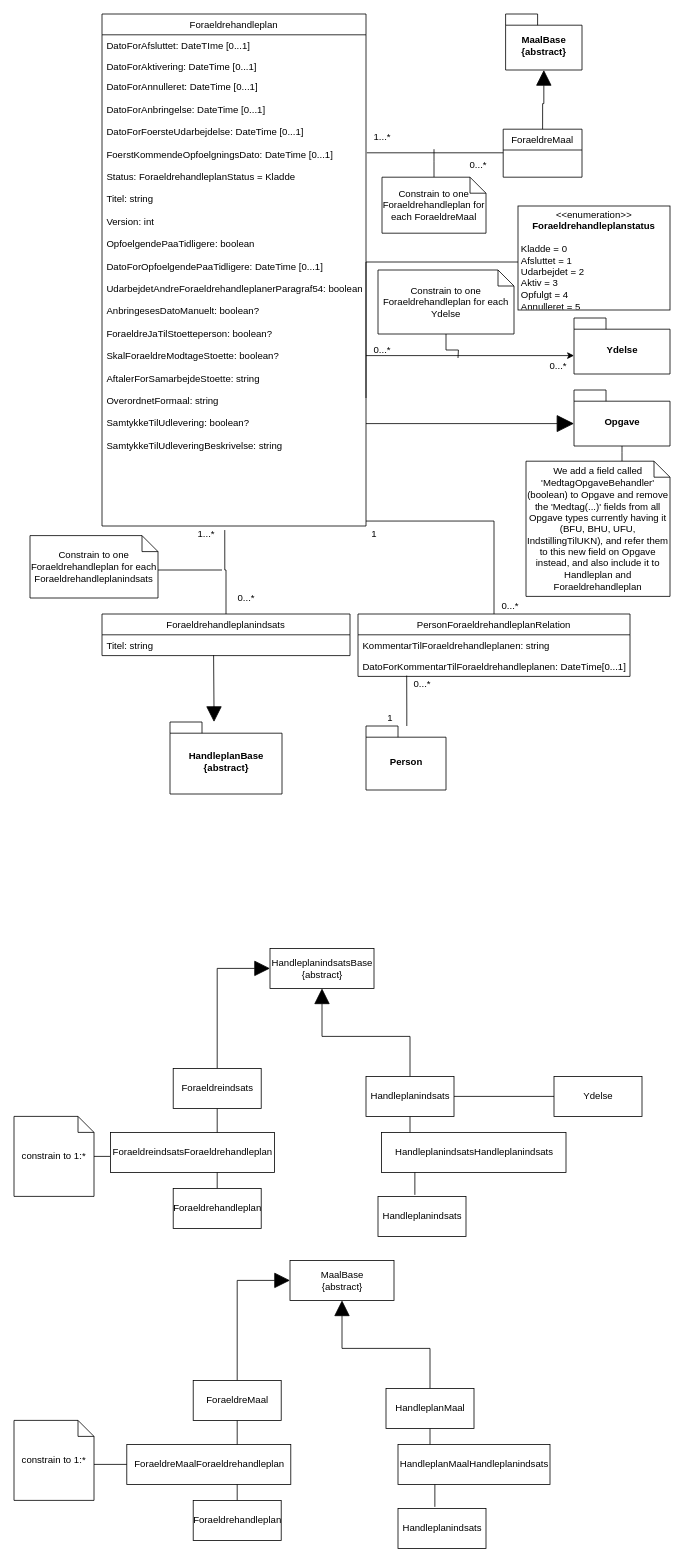
Before: Untitled Diagram.drawio in DanielMikkelsen/CompanyCarpool, a draw.io diagram. Source tidied: cells renumbered, new cells numbered last; positions are measured from the earlier drawing's top-left corner, leaving out a move shared by most shapes. Both pictures are drawn from the tidied source at 80%, with x=0, y=0 at pixel (14, 14).
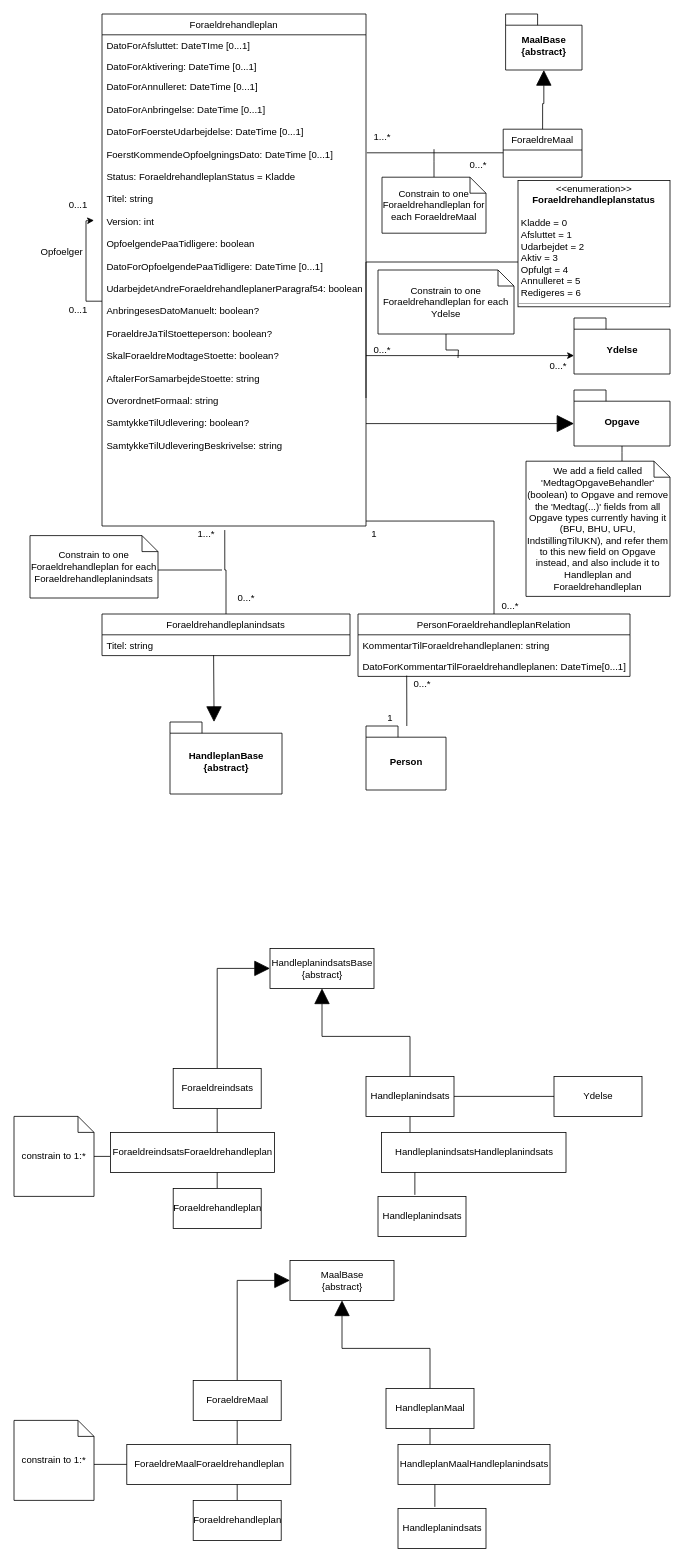
After the change.

The change refers to these unchanged cells:
```xml
<mxCell id="5" value="DatoForAnnulleret: DateTime [0...1]&#10;&#10;DatoForAnbringelse: DateTime [0...1]&#10;&#10;DatoForFoersteUdarbejdelse: DateTime [0...1]&#10;&#10;FoerstKommendeOpfoelgningsDato: DateTime [0...1]&#10;&#10;Status: ForaeldrehandleplanStatus = Kladde&#10;&#10;Titel: string&#10;&#10;Version: int&#10;&#10;OpfoelgendePaaTidligere: boolean&#10;&#10;DatoForOpfoelgendePaaTidligere: DateTime [0...1]&#10;&#10;UdarbejdetAndreForaeldrehandleplanerParagraf54: boolean&#10;&#10;AnbringesesDatoManuelt: boolean?&#10;&#10;ForaeldreJaTilStoetteperson: boolean?&#10;&#10;SkalForaeldreModtageStoette: boolean?&#10;&#10;AftalerForSamarbejdeStoette: string&#10;&#10;OverordnetFormaal: string&#10;&#10;SamtykkeTilUdlevering: boolean?&#10;&#10;SamtykkeTilUdleveringBeskrivelse: string&#10;&#10;" style="text;align=left;verticalAlign=top;spacingLeft=4;spacingRight=4;overflow=hidden;points=[[0,0.5],[1,0.5]];portConstraint=eastwest;rounded=0;shadow=0;html=0;" parent="2" vertex="1">
  <mxGeometry y="78" width="330" height="562" as="geometry" />
</mxCell>
```

Change to the diagram source:
```diff
@@
-    <mxCell id="8" value="&lt;p style=&quot;margin: 0px ; margin-top: 4px ; text-align: center&quot;&gt;&lt;i&gt;&amp;lt;&amp;lt;&lt;/i&gt;enumeration&lt;i&gt;&amp;gt;&amp;gt;&lt;/i&gt;&lt;br&gt;&lt;/p&gt;&lt;b&gt;&lt;div style=&quot;text-align: center&quot;&gt;&lt;b&gt;Foraeldrehandleplanstatus&lt;/b&gt;&lt;/div&gt;&lt;/b&gt;&lt;p style=&quot;margin: 0px ; margin-left: 4px&quot;&gt;&lt;br&gt;&lt;/p&gt;&lt;p style=&quot;margin: 0px ; margin-left: 4px&quot;&gt;Kladde = 0&lt;br&gt;Afsluttet = 1&lt;/p&gt;&lt;p style=&quot;margin: 0px ; margin-left: 4px&quot;&gt;Udarbejdet = 2&lt;/p&gt;&lt;p style=&quot;margin: 0px ; margin-left: 4px&quot;&gt;Aktiv = 3&lt;/p&gt;&lt;p style=&quot;margin: 0px ; margin-left: 4px&quot;&gt;Opfulgt = 4&lt;/p&gt;&lt;p style=&quot;margin: 0px ; margin-left: 4px&quot;&gt;Annulleret = 5&lt;/p&gt;&lt;hr size=&quot;1&quot;&gt;&lt;p style=&quot;margin: 0px ; margin-left: 4px&quot;&gt;&lt;br&gt;&lt;/p&gt;" style="verticalAlign=top;align=left;overflow=fill;fontSize=12;fontFamily=Helvetica;html=1;" parent="1" vertex="1">
-      <mxGeometry x="630" y="240" width="190" height="130" as="geometry" />
+    <mxCell id="8" value="&lt;p style=&quot;margin: 0px ; margin-top: 4px ; text-align: center&quot;&gt;&lt;i&gt;&amp;lt;&amp;lt;&lt;/i&gt;enumeration&lt;i&gt;&amp;gt;&amp;gt;&lt;/i&gt;&lt;br&gt;&lt;/p&gt;&lt;b&gt;&lt;div style=&quot;text-align: center&quot;&gt;&lt;b&gt;Foraeldrehandleplanstatus&lt;/b&gt;&lt;/div&gt;&lt;/b&gt;&lt;p style=&quot;margin: 0px ; margin-left: 4px&quot;&gt;&lt;br&gt;&lt;/p&gt;&lt;p style=&quot;margin: 0px ; margin-left: 4px&quot;&gt;Kladde = 0&lt;br&gt;Afsluttet = 1&lt;/p&gt;&lt;p style=&quot;margin: 0px ; margin-left: 4px&quot;&gt;Udarbejdet = 2&lt;/p&gt;&lt;p style=&quot;margin: 0px ; margin-left: 4px&quot;&gt;Aktiv = 3&lt;/p&gt;&lt;p style=&quot;margin: 0px ; margin-left: 4px&quot;&gt;Opfulgt = 4&lt;/p&gt;&lt;p style=&quot;margin: 0px ; margin-left: 4px&quot;&gt;Annulleret = 5&lt;/p&gt;&lt;p style=&quot;margin: 0px ; margin-left: 4px&quot;&gt;Redigeres = 6&lt;/p&gt;&lt;hr size=&quot;1&quot;&gt;&lt;p style=&quot;margin: 0px ; margin-left: 4px&quot;&gt;&lt;br&gt;&lt;/p&gt;" style="verticalAlign=top;align=left;overflow=fill;fontSize=12;fontFamily=Helvetica;html=1;" parent="1" vertex="1">
+      <mxGeometry x="630" y="208" width="190" height="158" as="geometry" />
     </mxCell>
@@
+    <mxCell id="73" style="edgeStyle=orthogonalEdgeStyle;rounded=0;jettySize=auto;html=1;" parent="1" edge="1" source="5">
+      <mxGeometry relative="1" as="geometry">
+        <mxPoint x="100" y="258" as="targetPoint" />
+      </mxGeometry>
+    </mxCell>
+    <mxCell id="74" value="Opfoelger" style="text;html=1;strokeColor=none;fillColor=none;align=center;verticalAlign=middle;whiteSpace=wrap;rounded=0;" parent="1" vertex="1">
+      <mxGeometry x="40" y="288" width="40" height="20" as="geometry" />
+    </mxCell>
+    <mxCell id="75" value="0...1" style="text;html=1;align=center;verticalAlign=middle;" parent="1" vertex="1">
+      <mxGeometry x="60" y="360" width="40" height="20" as="geometry" />
+    </mxCell>
+    <mxCell id="76" value="0...1" style="text;html=1;align=center;verticalAlign=middle;" parent="1" vertex="1">
+      <mxGeometry x="60" y="229" width="40" height="20" as="geometry" />
+    </mxCell>
```
